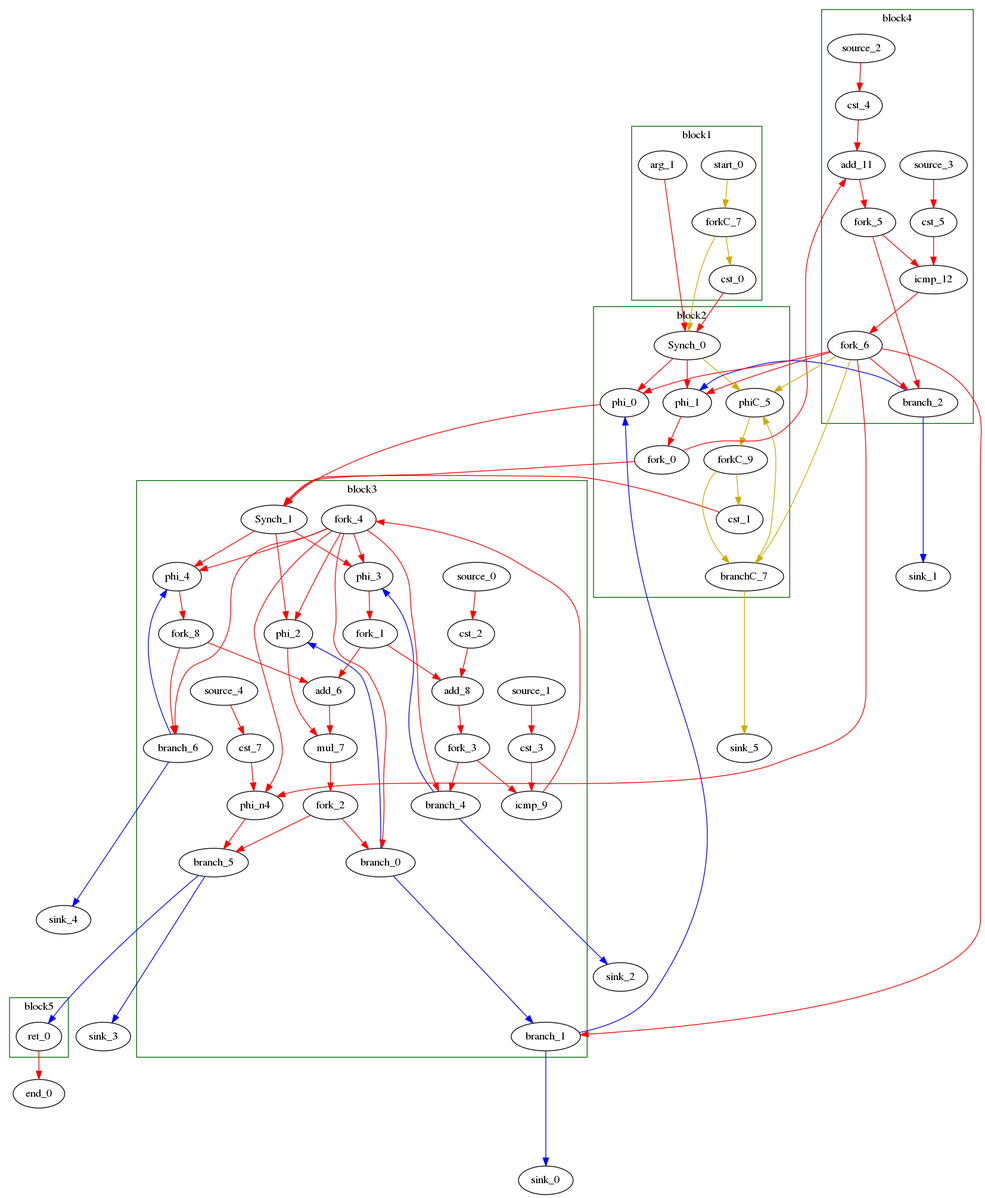
Earlier version of the Graphviz export Regression_test/examples/fir/reports/fir.png (radigianluca/tagged-token-delivery). Its source is kept beside it as Regression_test/examples/fir/reports/fir.dot.
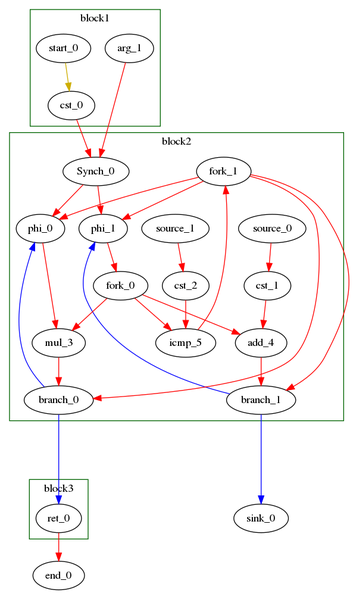
The same diagram one commit later.

What changed in the source:
```diff
@@ -5,9 +5,8 @@
 	color = "darkgreen";
 		label = "block1";
 		"arg_1" [type = "Entry", bbID= 1, in = "in1:32", out = "out1:32"];
-		"cst_0" [type = "Constant", bbID= 1, in = "in1:32", out = "out1:32", value = "0x00000000"];
+		"cst_0" [type = "Constant", bbID= 1, in = "in1:32", out = "out1:32", value = "0x00000001"];
 		"start_0" [type = "Entry", control= "true", bbID= 1, in = "in1:0", out = "out1:0"];
-		"forkC_7" [type = "Fork", bbID= 1, in = "in1:0", out = "out1:0 out2:0 "];
 
 	}
 
@@ -16,152 +15,55 @@
 		label = "block2";
 		"phi_0" [type = "LoopMux", bbID= 2, in = "in1?:1 in2:32 in3:32 ", out = "out1:32", delay=0.366];
 		"phi_1" [type = "LoopMux", bbID= 2, in = "in1?:1 in2:32 in3:32 ", out = "out1:32", delay=0.366];
-		"cst_1" [type = "Constant", bbID= 2, in = "in1:32", out = "out1:32", value = "0x00000000"];
-		"phiC_5" [type = "LoopMux", bbID= 2, in = "in1?:1 in2:0 in3:0 ", out = "out1:0", delay=0.166];
-		"branchC_7" [type = "Branch", bbID= 2,  in = "in1:0 in2?:1*i", out = "out1+:0 out2-:0"];
-		"Synch_0" [type = "Synch", bbID= 2, in = " in1:32 in2:32 in3:32", out = " out1:32 out2:32 out3:32"];
-		"fork_0" [type = "Fork", bbID= 2, in = "in1:32", out = "out1:32 out2:32 "];
-		"forkC_9" [type = "Fork", bbID= 2, in = "in1:0", out = "out1:0 out2:0 "];
+		"mul_3" [type = "Operator", bbID= 2, op = "mul_op", in = "in1:32 in2:32 ", out = "out1:32 ", delay=0.000, latency=4, II=1];
+		"cst_1" [type = "Constant", bbID= 2, in = "in1:32", out = "out1:32", value = "0xFFFFFFFF"];
+		"add_4" [type = "Operator", bbID= 2, op = "add_op", in = "in1:32 in2:32 ", out = "out1:32 ", delay=1.693, latency=0, II=1];
+		"cst_2" [type = "Constant", bbID= 2, in = "in1:32", out = "out1:32", value = "0x00000001"];
+		"icmp_5" [type = "Operator", bbID= 2, op = "icmp_sgt_op", in = "in1:32 in2:32 ", out = "out1:1 ", delay=1.530, latency=0, II=1];
+		"source_0" [type = "Source", bbID= 2, out = "out1:0"];
+		"source_1" [type = "Source", bbID= 2, out = "out1:0"];
+		"branch_0" [type = "Branch", bbID= 2,  in = "in1:32 in2?:1*i", out = "out1+:32 out2-:32"];
+		"branch_1" [type = "Branch", bbID= 2,  in = "in1:32 in2?:1*i", out = "out1+:32 out2-:32"];
+		"Synch_0" [type = "Synch", bbID= 2, in = " in1:32 in2:32", out = " out1:32 out2:32"];
+		"fork_0" [type = "Fork", bbID= 2, in = "in1:32", out = "out1:32 out2:32 out3:32 "];
+		"fork_1" [type = "Fork", bbID= 2, in = "in1:32", out = "out1:32 out2:32 out3:32 out4:32 "];
 
 	}
 
 	subgraph cluster_2 {
 	color = "darkgreen";
 		label = "block3";
-		"phi_2" [type = "LoopMux", bbID= 3, in = "in1?:1 in2:32 in3:32 ", out = "out1:32", delay=0.366];
-		"phi_3" [type = "LoopMux", bbID= 3, in = "in1?:1 in2:32 in3:32 ", out = "out1:32", delay=0.366];
-		"add_6" [type = "Operator", bbID= 3, op = "add_op", in = "in1:32 in2:32 ", out = "out1:32 ", delay=1.693, latency=0, II=1];
-		"mul_7" [type = "Operator", bbID= 3, op = "mul_op", in = "in1:32 in2:32 ", out = "out1:32 ", delay=0.000, latency=4, II=1];
-		"cst_2" [type = "Constant", bbID= 3, in = "in1:32", out = "out1:32", value = "0x00000001"];
-		"add_8" [type = "Operator", bbID= 3, op = "add_op", in = "in1:32 in2:32 ", out = "out1:32 ", delay=1.693, latency=0, II=1];
-		"cst_3" [type = "Constant", bbID= 3, in = "in1:32", out = "out1:32", value = "0x0000000A"];
-		"icmp_9" [type = "Operator", bbID= 3, op = "icmp_ult_op", in = "in1:32 in2:32 ", out = "out1:1 ", delay=1.530, latency=0, II=1];
-		"source_0" [type = "Source", bbID= 3, out = "out1:0"];
-		"source_1" [type = "Source", bbID= 3, out = "out1:0"];
-		"phi_4" [type = "LoopMux", bbID= 3, in = "in1?:1 in2:32 in3:32 ", out = "out1:32", delay=0.366];
-		"branch_0" [type = "Branch", bbID= 3,  in = "in1:32 in2?:1", out = "out1+:32 out2-:32"];
-		"branch_1" [type = "Branch", bbID= 3,  in = "in1:32 in2?:1*i", out = "out1+:32 out2-:32"];
-		"branch_4" [type = "Branch", bbID= 3,  in = "in1:32 in2?:1*i", out = "out1+:32 out2-:32"];
-		"phi_n4" [type = "Mux", bbID= 3, in = "in1?:1 in2:32 in3:32 ", out = "out1:32", delay=0.366];
-		"cst_7" [type = "Constant", bbID= 3, in = "in1:32", out = "out1:32", value = "0x00000001"];
-		"source_4" [type = "Source", bbID= 3, out = "out1:0"];
-		"branch_5" [type = "Branch", bbID= 3,  in = "in1:32 in2?:1", out = "out1+:32 out2-:32"];
-		"branch_6" [type = "Branch", bbID= 3,  in = "in1:32 in2?:1*i", out = "out1+:32 out2-:32"];
-		"Synch_1" [type = "Synch", bbID= 3, in = " in1:32 in2:32 in3:32", out = " out1:32 out2:32 out3:32"];
-		"fork_1" [type = "Fork", bbID= 3, in = "in1:32", out = "out1:32 out2:32 "];
-		"fork_2" [type = "Fork", bbID= 3, in = "in1:32", out = "out1:32 out2:32 "];
-		"fork_3" [type = "Fork", bbID= 3, in = "in1:32", out = "out1:32 out2:32 "];
-		"fork_4" [type = "Fork", bbID= 3, in = "in1:32", out = "out1:32 out2:32 out3:32 out4:32 out5:32 out6:32 out7:32 "];
-		"fork_8" [type = "Fork", bbID= 3, in = "in1:32", out = "out1:32 out2:32 "];
-
-	}
-
-	subgraph cluster_3 {
-	color = "darkgreen";
-		label = "block4";
-		"cst_4" [type = "Constant", bbID= 4, in = "in1:32", out = "out1:32", value = "0x00000001"];
-		"add_11" [type = "Operator", bbID= 4, op = "add_op", in = "in1:32 in2:32 ", out = "out1:32 ", delay=1.693, latency=0, II=1];
-		"cst_5" [type = "Constant", bbID= 4, in = "in1:32", out = "out1:32", value = "0x0000000A"];
-		"icmp_12" [type = "Operator", bbID= 4, op = "icmp_ult_op", in = "in1:32 in2:32 ", out = "out1:1 ", delay=1.530, latency=0, II=1];
-		"source_2" [type = "Source", bbID= 4, out = "out1:0"];
-		"source_3" [type = "Source", bbID= 4, out = "out1:0"];
-		"branch_2" [type = "Branch", bbID= 4,  in = "in1:32 in2?:1*i", out = "out1+:32 out2-:32"];
-		"fork_5" [type = "Fork", bbID= 4, in = "in1:32", out = "out1:32 out2:32 "];
-		"fork_6" [type = "Fork", bbID= 4, in = "in1:32", out = "out1:32 out2:32 out3:32 out4:32 out5:32 out6:32 out7:32 "];
-
-	}
-
-	subgraph cluster_4 {
-	color = "darkgreen";
-		label = "block5";
-		"ret_0" [type = "Operator", bbID= 5, op = "ret_op", in = "in1:32 ", out = "out1:32 ", delay=0.000, latency=0, II=1];
+		"ret_0" [type = "Operator", bbID= 3, op = "ret_op", in = "in1:32 ", out = "out1:32 ", delay=0.000, latency=0, II=1];
 
 	}
 	"sink_0" [type = "Sink", bbID= 0, in = "in1:32"];
-	"sink_1" [type = "Sink", bbID= 0, in = "in1:32"];
-	"sink_2" [type = "Sink", bbID= 0, in = "in1:32"];
-	"sink_3" [type = "Sink", bbID= 0, in = "in1:32"];
-	"sink_4" [type = "Sink", bbID= 0, in = "in1:32"];
-	"sink_5" [type = "Sink", bbID= 0, in = "in1:0"];
 	"end_0" [type = "Exit", bbID= 0, in = "in1:32 ", out = "out1:32"];
 
-	"arg_1" -> "Synch_0" [color = "red", from = "out1", to = "in1"];
-	"phi_0" -> "Synch_1" [color = "red", from = "out1", to = "in1"];
-	"cst_0" -> "Synch_0" [color = "red", from = "out1", to = "in2"];
+	"arg_1" -> "Synch_0" [color = "red", from = "out1", to = "in2"];
+	"cst_0" -> "Synch_0" [color = "red", from = "out1", to = "in1"];
+	"phi_0" -> "mul_3" [color = "red", from = "out1", to = "in1"];
 	"phi_1" -> "fork_0" [color = "red", from = "out1", to = "in1"];
-	"phi_2" -> "mul_7" [color = "red", from = "out1", to = "in1"];
-	"cst_1" -> "Synch_1" [color = "red", from = "out1", to = "in2"];
-	"phi_3" -> "fork_1" [color = "red", from = "out1", to = "in1"];
-	"add_6" -> "mul_7" [color = "red", from = "out1", to = "in2"];
-	"mul_7" -> "fork_2" [color = "red", from = "out1", to = "in1"];
-	"cst_2" -> "add_8" [color = "red", from = "out1", to = "in2"];
-	"add_8" -> "fork_3" [color = "red", from = "out1", to = "in1"];
-	"cst_3" -> "icmp_9" [color = "red", from = "out1", to = "in2"];
-	"icmp_9" -> "fork_4" [color = "red", from = "out1", to = "in1"];
-	"cst_4" -> "add_11" [color = "red", from = "out1", to = "in2"];
-	"add_11" -> "fork_5" [color = "red", from = "out1", to = "in1"];
-	"cst_5" -> "icmp_12" [color = "red", from = "out1", to = "in2"];
-	"icmp_12" -> "fork_6" [color = "red", from = "out1", to = "in1"];
+	"mul_3" -> "branch_0" [color = "red", from = "out1", to = "in1"];
+	"cst_1" -> "add_4" [color = "red", from = "out1", to = "in2"];
+	"add_4" -> "branch_1" [color = "red", from = "out1", to = "in1"];
+	"cst_2" -> "icmp_5" [color = "red", from = "out1", to = "in2"];
+	"icmp_5" -> "fork_1" [color = "red", from = "out1", to = "in1"];
 	"ret_0" -> "end_0" [color = "red", from = "out1", to = "in1"];
-	"source_0" -> "cst_2" [color = "red", from = "out1", to = "in1"];
-	"source_1" -> "cst_3" [color = "red", from = "out1", to = "in1"];
-	"source_2" -> "cst_4" [color = "red", from = "out1", to = "in1"];
-	"source_3" -> "cst_5" [color = "red", from = "out1", to = "in1"];
-	"start_0" -> "forkC_7" [color = "gold3", from = "out1", to = "in1"];
-	"phi_4" -> "fork_8" [color = "red", from = "out1", to = "in1"];
-	"phiC_5" -> "forkC_9" [color = "gold3", from = "out1", to = "in1"];
-	"branch_0" -> "phi_2" [color = "blue", minlen = 3, from = "out1", to = "in3"];
-	"branch_0" -> "branch_1" [color = "blue", minlen = 3, from = "out2", to = "in1"];
+	"source_0" -> "cst_1" [color = "red", from = "out1", to = "in1"];
+	"source_1" -> "cst_2" [color = "red", from = "out1", to = "in1"];
+	"start_0" -> "cst_0" [color = "gold3", from = "out1", to = "in1"];
+	"branch_0" -> "ret_0" [color = "blue", minlen = 3, from = "out1", to = "in1"];
+	"branch_0" -> "phi_0" [color = "blue", minlen = 3, from = "out2", to = "in3"];
 	"branch_1" -> "sink_0" [color = "blue", minlen = 3, from = "out1", to = "in1"];
-	"branch_1" -> "phi_0" [color = "blue", minlen = 3, from = "out2", to = "in3"];
-	"branch_2" -> "sink_1" [color = "blue", minlen = 3, from = "out1", to = "in1"];
-	"branch_2" -> "phi_1" [color = "blue", minlen = 3, from = "out2", to = "in3"];
-	"branch_4" -> "sink_2" [color = "blue", minlen = 3, from = "out1", to = "in1"];
-	"branch_4" -> "phi_3" [color = "blue", minlen = 3, from = "out2", to = "in3"];
-	"phi_n4" -> "branch_5" [color = "red", from = "out1", to = "in2"];
-	"cst_7" -> "phi_n4" [color = "red", from = "out1", to = "in3"];
-	"source_4" -> "cst_7" [color = "red", from = "out1", to = "in1"];
-	"branch_5" -> "sink_3" [color = "blue", minlen = 3, from = "out1", to = "in1"];
-	"branch_5" -> "ret_0" [color = "blue", minlen = 3, from = "out2", to = "in1"];
-	"branch_6" -> "sink_4" [color = "blue", minlen = 3, from = "out1", to = "in1"];
-	"branch_6" -> "phi_4" [color = "blue", minlen = 3, from = "out2", to = "in3"];
-	"branchC_7" -> "sink_5" [color = "gold3", minlen = 3, from = "out1", to = "in1"];
-	"branchC_7" -> "phiC_5" [color = "gold3", minlen = 3, from = "out2", to = "in3"];
+	"branch_1" -> "phi_1" [color = "blue", minlen = 3, from = "out2", to = "in3"];
 	"Synch_0" -> "phi_0" [color = "red", from = "out1", to = "in2"];
 	"Synch_0" -> "phi_1" [color = "red", from = "out2", to = "in2"];
-	"Synch_0" -> "phiC_5" [color = "gold3", from = "out3", to = "in2"];
-	"Synch_1" -> "phi_2" [color = "red", from = "out1", to = "in2"];
-	"Synch_1" -> "phi_3" [color = "red", from = "out2", to = "in2"];
-	"Synch_1" -> "phi_4" [color = "red", from = "out3", to = "in2"];
-	"fork_0" -> "Synch_1" [color = "red", from = "out1", to = "in3"];
-	"fork_0" -> "add_11" [color = "red", from = "out2", to = "in1"];
-	"fork_1" -> "add_6" [color = "red", from = "out1", to = "in2"];
-	"fork_1" -> "add_8" [color = "red", from = "out2", to = "in1"];
-	"fork_2" -> "branch_5" [color = "red", from = "out1", to = "in1"];
-	"fork_2" -> "branch_0" [color = "red", from = "out2", to = "in1"];
-	"fork_3" -> "icmp_9" [color = "red", from = "out1", to = "in1"];
-	"fork_3" -> "branch_4" [color = "red", from = "out2", to = "in1"];
-	"fork_4" -> "branch_0" [color = "red", from = "out1", to = "in2"];
-	"fork_4" -> "branch_4" [color = "red", from = "out2", to = "in2"];
-	"fork_4" -> "phi_n4" [color = "red", from = "out3", to = "in1"];
-	"fork_4" -> "branch_6" [color = "red", from = "out4", to = "in2"];
-	"fork_4" -> "phi_2" [color = "red", from = "out5", to = "in1"];
-	"fork_4" -> "phi_3" [color = "red", from = "out6", to = "in1"];
-	"fork_4" -> "phi_4" [color = "red", from = "out7", to = "in1"];
-	"fork_5" -> "icmp_12" [color = "red", from = "out1", to = "in1"];
-	"fork_5" -> "branch_2" [color = "red", from = "out2", to = "in1"];
-	"fork_6" -> "branch_1" [color = "red", from = "out1", to = "in2"];
-	"fork_6" -> "branch_2" [color = "red", from = "out2", to = "in2"];
-	"fork_6" -> "phi_n4" [color = "red", from = "out3", to = "in2"];
-	"fork_6" -> "branchC_7" [color = "gold3", from = "out4", to = "in2"];
-	"fork_6" -> "phi_0" [color = "red", from = "out5", to = "in1"];
-	"fork_6" -> "phi_1" [color = "red", from = "out6", to = "in1"];
-	"fork_6" -> "phiC_5" [color = "gold3", from = "out7", to = "in1"];
-	"forkC_7" -> "cst_0" [color = "gold3", from = "out1", to = "in1"];
-	"forkC_7" -> "Synch_0" [color = "gold3", from = "out2", to = "in3"];
-	"fork_8" -> "add_6" [color = "red", from = "out1", to = "in1"];
-	"fork_8" -> "branch_6" [color = "red", from = "out2", to = "in1"];
-	"forkC_9" -> "cst_1" [color = "gold3", from = "out1", to = "in1"];
-	"forkC_9" -> "branchC_7" [color = "gold3", from = "out2", to = "in1"];
+	"fork_0" -> "mul_3" [color = "red", from = "out1", to = "in2"];
+	"fork_0" -> "add_4" [color = "red", from = "out2", to = "in1"];
+	"fork_0" -> "icmp_5" [color = "red", from = "out3", to = "in1"];
+	"fork_1" -> "branch_0" [color = "red", from = "out1", to = "in2"];
+	"fork_1" -> "branch_1" [color = "red", from = "out2", to = "in2"];
+	"fork_1" -> "phi_0" [color = "red", from = "out3", to = "in1"];
+	"fork_1" -> "phi_1" [color = "red", from = "out4", to = "in1"];
 
 }
```
